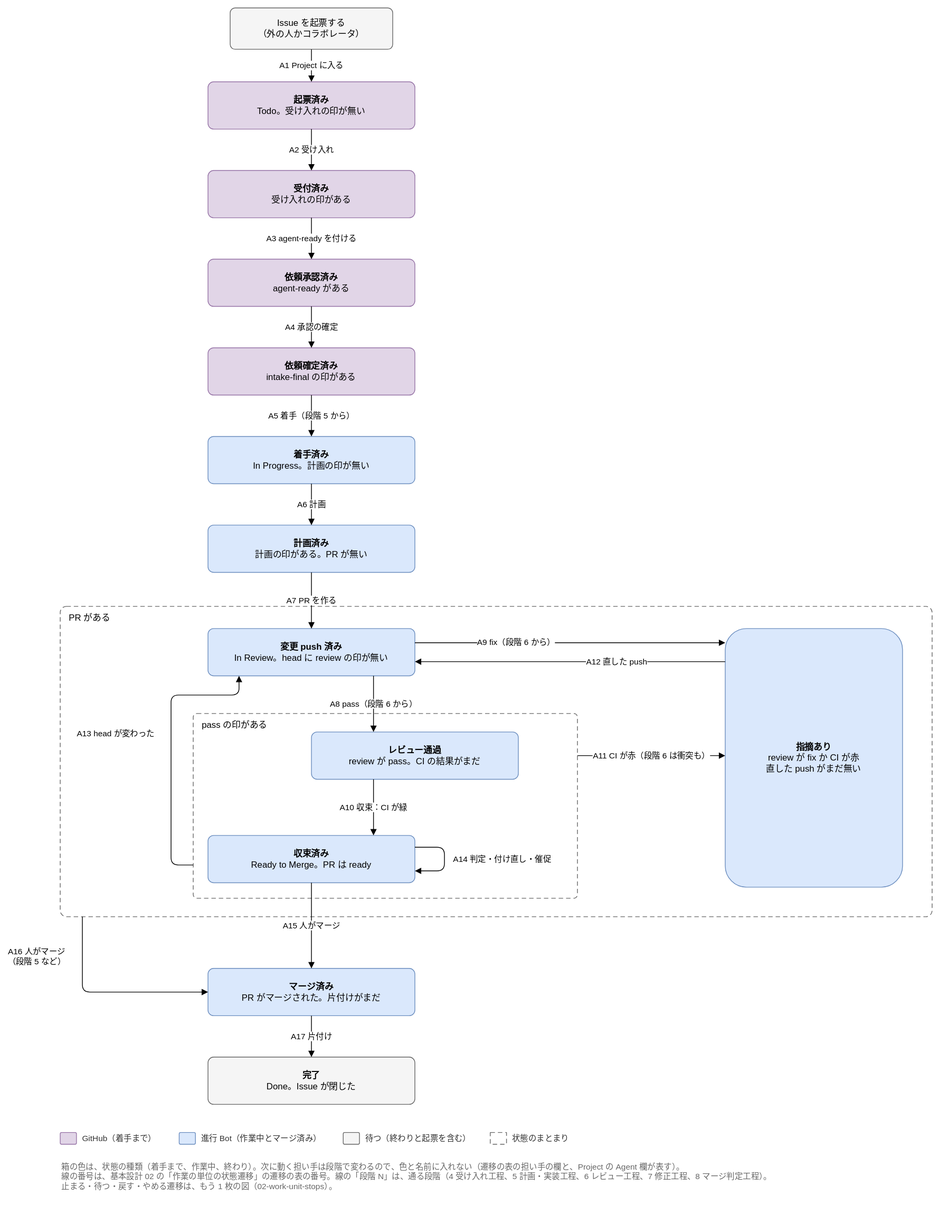
Earlier version of the draw.io export docs/design/basic/diagrams/02-work-unit-states.drawio.svg (Joymerrevent/dev-autopilot). Source tidied: cells renumbered, new cells last; positions are measured from the earlier drawing's top-left corner, leaving out a move shared by most shapes.
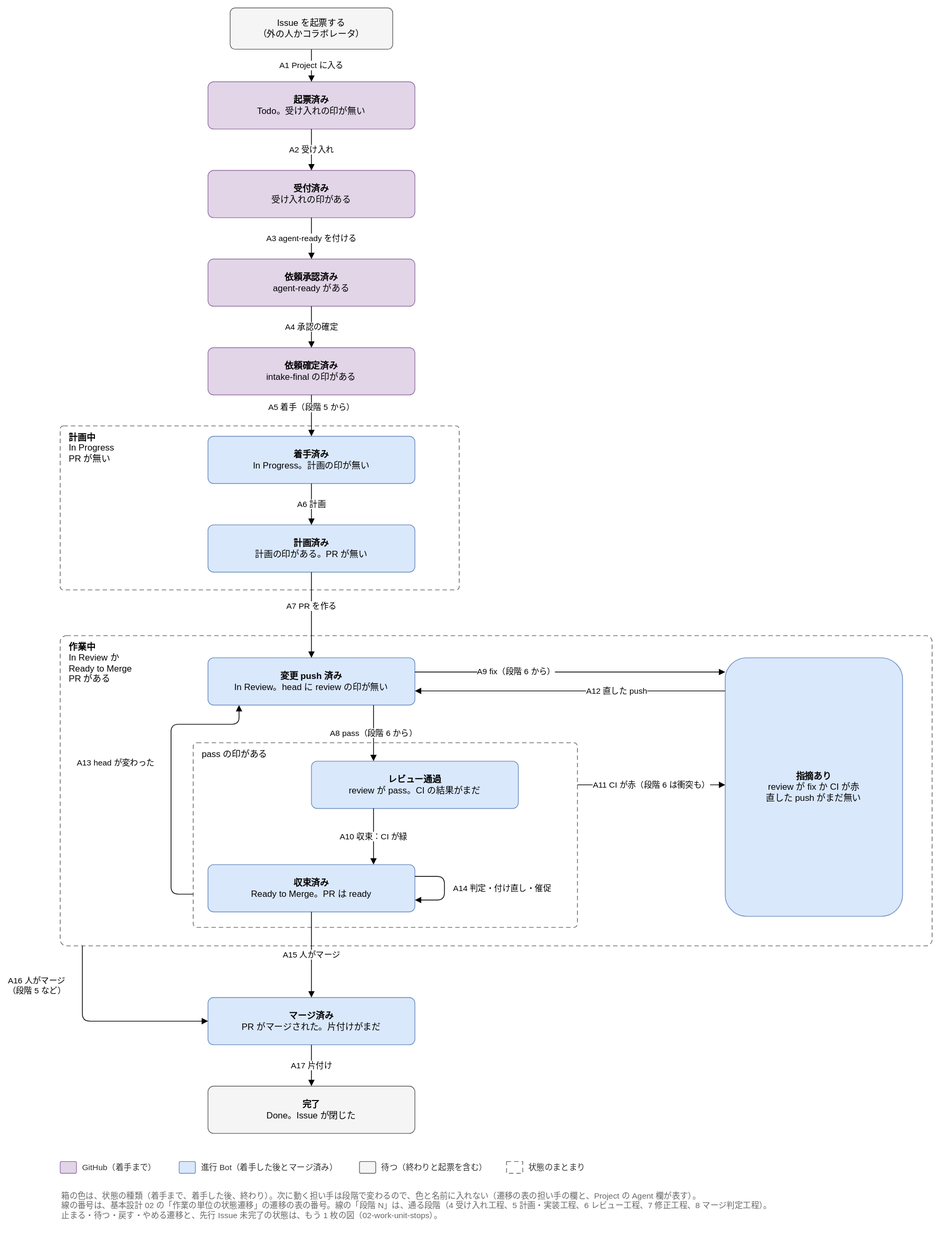
After the change.

Commit message:
docs: 作業の単位の状態遷移の図を、計画中と作業中のまとまりに描き直す

正常な流れの図に計画中の枠を足し、PR がある枠を作業中にした。止める図は、着手した後の枠の中に計画中・
作業中の枠と、先行 Issue 未完了の箱を置き、人が依存を足す線と先行が閉じた線を 2 つのまとまりにつないだ。

Claude-Session: https://claude.ai/code/session_01X8Kd2Wb1TrYub8Ee3W1tDX

The edit, as a diff of the source:
```diff
@@ -2,32 +2,35 @@
   <root>
     <mxCell id="0" />
     <mxCell id="1" parent="0" />
-    <mxCell id="2" value="PR がある" style="rounded=1;whiteSpace=wrap;html=1;fontSize=12;arcSize=2;dashed=1;dashPattern=6 4;fillColor=none;strokeColor=#666666;verticalAlign=top;align=left;spacingTop=2;spacingLeft=10;" parent="1" vertex="1">
-      <mxGeometry y="810" width="1180" height="420" as="geometry" />
-    </mxCell>
+    <mxCell id="43" value="&lt;b&gt;計画中&lt;/b&gt;&lt;br&gt;In Progress&lt;br&gt;PR が無い" style="rounded=1;whiteSpace=wrap;html=1;fontSize=12;arcSize=2;dashed=1;dashPattern=6 4;fillColor=none;strokeColor=#666666;verticalAlign=top;align=left;spacingTop=2;spacingLeft=10;" parent="1" vertex="1">
+      <mxGeometry y="526" width="540" height="222" as="geometry" />
+    </mxCell>
+    <mxCell id="44" value="&lt;b&gt;作業中&lt;/b&gt;&lt;br&gt;In Review か&lt;br&gt;Ready to Merge&lt;br&gt;PR がある" style="rounded=1;whiteSpace=wrap;html=1;fontSize=12;arcSize=2;dashed=1;dashPattern=6 4;fillColor=none;strokeColor=#666666;verticalAlign=top;align=left;spacingTop=2;spacingLeft=10;" parent="1" vertex="1">
+      <mxGeometry y="810" width="1180" height="420" as="geometry" />
+    </mxCell>
     <mxCell id="3" value="pass の印がある" style="rounded=1;whiteSpace=wrap;html=1;fontSize=12;arcSize=2;dashed=1;dashPattern=6 4;fillColor=none;strokeColor=#666666;verticalAlign=top;align=left;spacingTop=2;spacingLeft=10;" parent="1" vertex="1">
       <mxGeometry x="180" y="955" width="520" height="250" as="geometry" />
     </mxCell>
     <mxCell id="4" value="Issue を起票する&lt;br&gt;（外の人かコラボレータ）" style="rounded=1;whiteSpace=wrap;html=1;fontSize=12;arcSize=12;spacing=12;fillColor=#f5f5f5;strokeColor=#666666;" parent="1" vertex="1">
-      <mxGeometry x="230" width="220" height="56" as="geometry" />
+      <mxGeometry x="230" y="-40" width="220" height="56" as="geometry" />
     </mxCell>
     <mxCell id="5" value="&lt;b&gt;起票済み&lt;/b&gt;&lt;br&gt;Todo。受け入れの印が無い" style="rounded=1;whiteSpace=wrap;html=1;fontSize=12;arcSize=12;spacing=12;fillColor=#e1d5e7;strokeColor=#9673a6;" parent="1" vertex="1">
-      <mxGeometry x="200" y="100" width="280" height="64" as="geometry" />
+      <mxGeometry x="200" y="60" width="280" height="64" as="geometry" />
     </mxCell>
     <mxCell id="6" value="&lt;b&gt;受付済み&lt;/b&gt;&lt;br&gt;受け入れの印がある" style="rounded=1;whiteSpace=wrap;html=1;fontSize=12;arcSize=12;spacing=12;fillColor=#e1d5e7;strokeColor=#9673a6;" parent="1" vertex="1">
-      <mxGeometry x="200" y="220" width="280" height="64" as="geometry" />
+      <mxGeometry x="200" y="180" width="280" height="64" as="geometry" />
     </mxCell>
     <mxCell id="7" value="&lt;b&gt;依頼承認済み&lt;/b&gt;&lt;br&gt;agent-ready がある" style="rounded=1;whiteSpace=wrap;html=1;fontSize=12;arcSize=12;spacing=12;fillColor=#e1d5e7;strokeColor=#9673a6;" parent="1" vertex="1">
-      <mxGeometry x="200" y="340" width="280" height="64" as="geometry" />
+      <mxGeometry x="200" y="300" width="280" height="64" as="geometry" />
     </mxCell>
     <mxCell id="8" value="&lt;b&gt;依頼確定済み&lt;/b&gt;&lt;br&gt;intake-final の印がある" style="rounded=1;whiteSpace=wrap;html=1;fontSize=12;arcSize=12;spacing=12;fillColor=#e1d5e7;strokeColor=#9673a6;" parent="1" vertex="1">
-      <mxGeometry x="200" y="460" width="280" height="64" as="geometry" />
+      <mxGeometry x="200" y="420" width="280" height="64" as="geometry" />
     </mxCell>
     <mxCell id="9" value="&lt;b&gt;着手済み&lt;/b&gt;&lt;br&gt;In Progress。計画の印が無い" style="rounded=1;whiteSpace=wrap;html=1;fontSize=12;arcSize=12;spacing=12;fillColor=#dae8fc;strokeColor=#6c8ebf;" parent="1" vertex="1">
-      <mxGeometry x="200" y="580" width="280" height="64" as="geometry" />
+      <mxGeometry x="200" y="540" width="280" height="64" as="geometry" />
     </mxCell>
     <mxCell id="10" value="&lt;b&gt;計画済み&lt;/b&gt;&lt;br&gt;計画の印がある。PR が無い" style="rounded=1;whiteSpace=wrap;html=1;fontSize=12;arcSize=12;spacing=12;fillColor=#dae8fc;strokeColor=#6c8ebf;" parent="1" vertex="1">
-      <mxGeometry x="200" y="700" width="280" height="64" as="geometry" />
+      <mxGeometry x="200" y="660" width="280" height="64" as="geometry" />
     </mxCell>
     <mxCell id="11" value="&lt;b&gt;変更 push 済み&lt;/b&gt;&lt;br&gt;In Review。head に review の印が無い" style="rounded=1;whiteSpace=wrap;html=1;fontSize=12;arcSize=12;spacing=12;fillColor=#dae8fc;strokeColor=#6c8ebf;" parent="1" vertex="1">
       <mxGeometry x="200" y="840" width="280" height="64" as="geometry" />
@@ -60,13 +63,13 @@
       <mxGeometry relative="1" as="geometry" />
     </mxCell>
     <mxCell id="21" value="A5 着手（段階 5 から）" style="edgeStyle=orthogonalEdgeStyle;rounded=1;html=1;endArrow=block;endFill=1;fontSize=11;labelBackgroundColor=#ffffff;" parent="1" edge="1" source="8" target="9">
-      <mxGeometry relative="1" as="geometry" />
+      <mxGeometry x="-0.4" relative="1" as="geometry" />
     </mxCell>
     <mxCell id="22" value="A6 計画" style="edgeStyle=orthogonalEdgeStyle;rounded=1;html=1;endArrow=block;endFill=1;fontSize=11;labelBackgroundColor=#ffffff;" parent="1" edge="1" source="9" target="10">
       <mxGeometry relative="1" as="geometry" />
     </mxCell>
     <mxCell id="23" value="A7 PR を作る" style="edgeStyle=orthogonalEdgeStyle;rounded=1;html=1;endArrow=block;endFill=1;fontSize=11;labelBackgroundColor=#ffffff;exitX=0.5;exitY=1;exitDx=0;exitDy=0;entryX=0.5;entryY=0;entryDx=0;entryDy=0;" parent="1" edge="1" source="10" target="11">
-      <mxGeometry relative="1" as="geometry" />
+      <mxGeometry x="-0.2" relative="1" as="geometry" />
     </mxCell>
     <mxCell id="24" value="A8 pass（段階 6 から）" style="edgeStyle=orthogonalEdgeStyle;rounded=1;html=1;endArrow=block;endFill=1;fontSize=11;labelBackgroundColor=#ffffff;exitX=0.8;exitY=1;exitDx=0;exitDy=0;entryX=0.3;entryY=0;entryDx=0;entryDy=0;" parent="1" edge="1" source="11" target="12">
       <mxGeometry relative="1" as="geometry" />
@@ -105,7 +108,7 @@
     <mxCell id="31" value="A15 人がマージ" style="edgeStyle=orthogonalEdgeStyle;rounded=1;html=1;endArrow=block;endFill=1;fontSize=11;labelBackgroundColor=#ffffff;exitX=0.5;exitY=1;exitDx=0;exitDy=0;entryX=0.5;entryY=0;entryDx=0;entryDy=0;" parent="1" edge="1" source="13" target="15">
       <mxGeometry relative="1" as="geometry" />
     </mxCell>
-    <mxCell id="32" value="A16 人がマージ&lt;br&gt;（段階 5 など）" style="edgeStyle=orthogonalEdgeStyle;rounded=1;html=1;endArrow=block;endFill=1;fontSize=11;labelBackgroundColor=#ffffff;exitX=0.0254;exitY=1;exitDx=0;exitDy=0;entryX=0;entryY=0.5;entryDx=0;entryDy=0;" parent="1" edge="1" source="2" target="15">
+    <mxCell id="32" value="A16 人がマージ&lt;br&gt;（段階 5 など）" style="edgeStyle=orthogonalEdgeStyle;rounded=1;html=1;endArrow=block;endFill=1;fontSize=11;labelBackgroundColor=#ffffff;exitX=0.0254;exitY=1;exitDx=0;exitDy=0;entryX=0;entryY=0.5;entryDx=0;entryDy=0;" parent="1" edge="1" source="44" target="15">
       <mxGeometry x="-0.6" relative="1" as="geometry">
         <Array as="points">
           <mxPoint x="30" y="1332" />
@@ -125,22 +128,22 @@
     <mxCell id="36" style="rounded=1;whiteSpace=wrap;html=1;fontSize=12;arcSize=12;spacing=12;fillColor=#dae8fc;strokeColor=#6c8ebf;" parent="1" vertex="1">
       <mxGeometry x="161" y="1522" width="22" height="16" as="geometry" />
     </mxCell>
-    <mxCell id="37" value="進行 Bot（作業中とマージ済み）" style="text;html=1;align=left;verticalAlign=middle;fontSize=11;fontColor=#333333;" parent="1" vertex="1">
-      <mxGeometry x="189" y="1520" width="176" height="20" as="geometry" />
+    <mxCell id="37" value="進行 Bot（着手した後とマージ済み）" style="text;html=1;align=left;verticalAlign=middle;fontSize=11;fontColor=#333333;" parent="1" vertex="1">
+      <mxGeometry x="189" y="1520" width="198" height="20" as="geometry" />
     </mxCell>
     <mxCell id="38" style="rounded=1;whiteSpace=wrap;html=1;fontSize=12;arcSize=12;spacing=12;fillColor=#f5f5f5;strokeColor=#666666;" parent="1" vertex="1">
-      <mxGeometry x="383" y="1522" width="22" height="16" as="geometry" />
+      <mxGeometry x="405" y="1522" width="22" height="16" as="geometry" />
     </mxCell>
     <mxCell id="39" value="待つ（終わりと起票を含む）" style="text;html=1;align=left;verticalAlign=middle;fontSize=11;fontColor=#333333;" parent="1" vertex="1">
-      <mxGeometry x="411" y="1520" width="153" height="20" as="geometry" />
+      <mxGeometry x="433" y="1520" width="153" height="20" as="geometry" />
     </mxCell>
     <mxCell id="40" style="rounded=1;whiteSpace=wrap;html=1;fontSize=12;arcSize=2;dashed=1;dashPattern=6 4;fillColor=none;strokeColor=#666666;verticalAlign=top;align=left;spacingTop=2;" parent="1" vertex="1">
-      <mxGeometry x="582" y="1522" width="22" height="16" as="geometry" />
+      <mxGeometry x="604" y="1522" width="22" height="16" as="geometry" />
     </mxCell>
     <mxCell id="41" value="状態のまとまり" style="text;html=1;align=left;verticalAlign=middle;fontSize=11;fontColor=#333333;" parent="1" vertex="1">
-      <mxGeometry x="610" y="1520" width="87" height="20" as="geometry" />
+      <mxGeometry x="632" y="1520" width="87" height="20" as="geometry" />
     </mxCell>
-    <mxCell id="42" value="箱の色は、状態の種類（着手まで、作業中、終わり）。次に動く担い手は段階で変わるので、色と名前に入れない（遷移の表の担い手の欄と、Project の Agent 欄が表す）。&lt;br&gt;線の番号は、基本設計 02 の「作業の単位の状態遷移」の遷移の表の番号。線の「段階 N」は、通る段階（4 受け入れ工程、5 計画・実装工程、6 レビュー工程、7 修正工程、8 マージ判定工程）。&lt;br&gt;止まる・待つ・戻す・やめる遷移は、もう 1 枚の図（02-work-unit-stops）。" style="text;html=1;whiteSpace=wrap;align=left;verticalAlign=top;fontSize=11;fontColor=#666666;" parent="1" vertex="1">
+    <mxCell id="42" value="箱の色は、状態の種類（着手まで、着手した後、終わり）。次に動く担い手は段階で変わるので、色と名前に入れない（遷移の表の担い手の欄と、Project の Agent 欄が表す）。&lt;br&gt;線の番号は、基本設計 02 の「作業の単位の状態遷移」の遷移の表の番号。線の「段階 N」は、通る段階（4 受け入れ工程、5 計画・実装工程、6 レビュー工程、7 修正工程、8 マージ判定工程）。&lt;br&gt;止まる・待つ・戻す・やめる遷移と、先行 Issue 未完了の状態は、もう 1 枚の図（02-work-unit-stops）。" style="text;html=1;whiteSpace=wrap;align=left;verticalAlign=top;fontSize=11;fontColor=#666666;" parent="1" vertex="1">
       <mxGeometry y="1556" width="1180" height="56" as="geometry" />
     </mxCell>
   </root>
```
